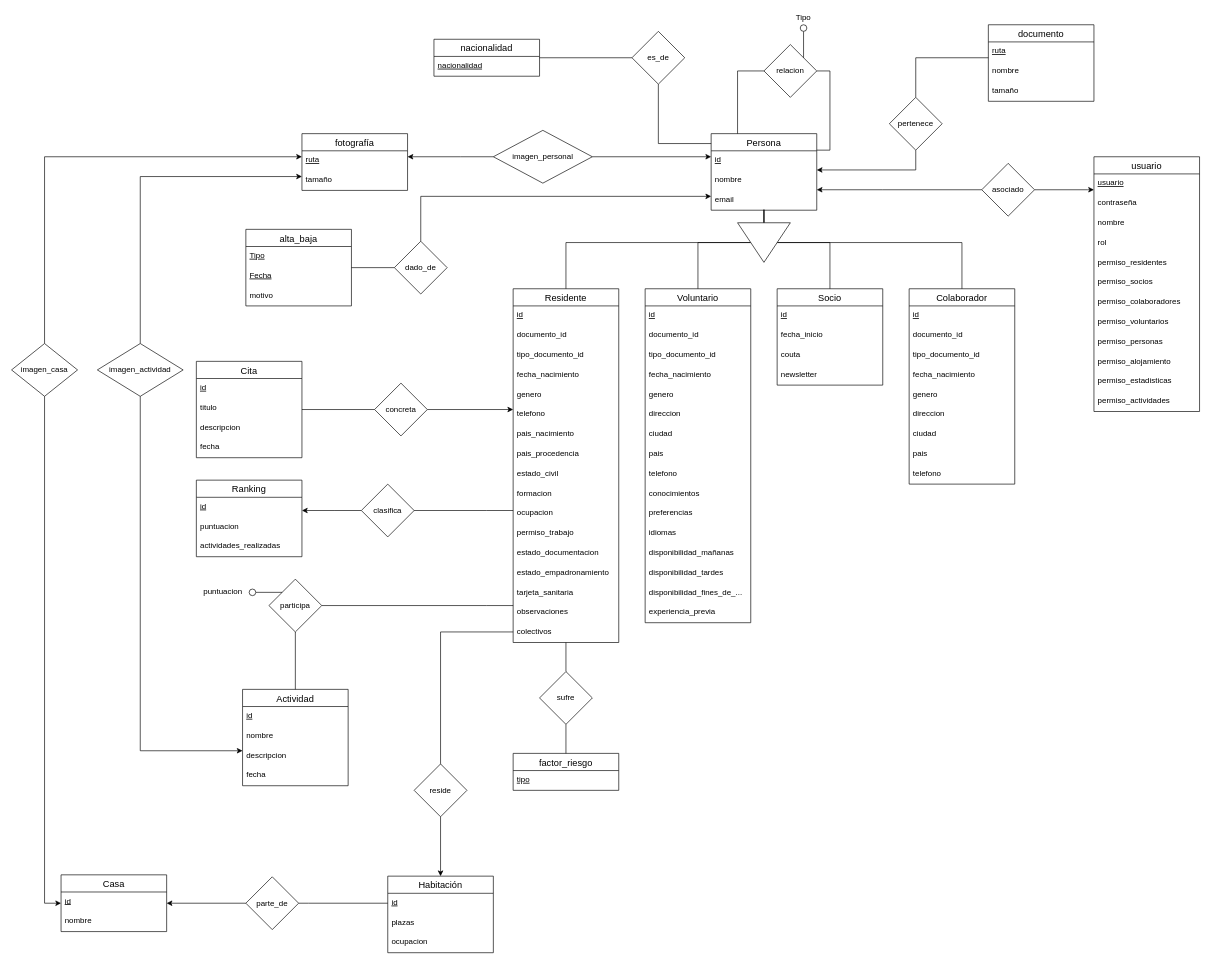
Above: diseno/base_de_datos/ER.drawio in corderop/TFG (draw.io), before the change. Source tidied: cells renumbered, new cells numbered last; positions are measured from the earlier drawing's top-left corner, leaving out a move shared by most shapes. Both pictures are drawn from the tidied source at 66%, with x=0, y=0 at pixel (11, 11).
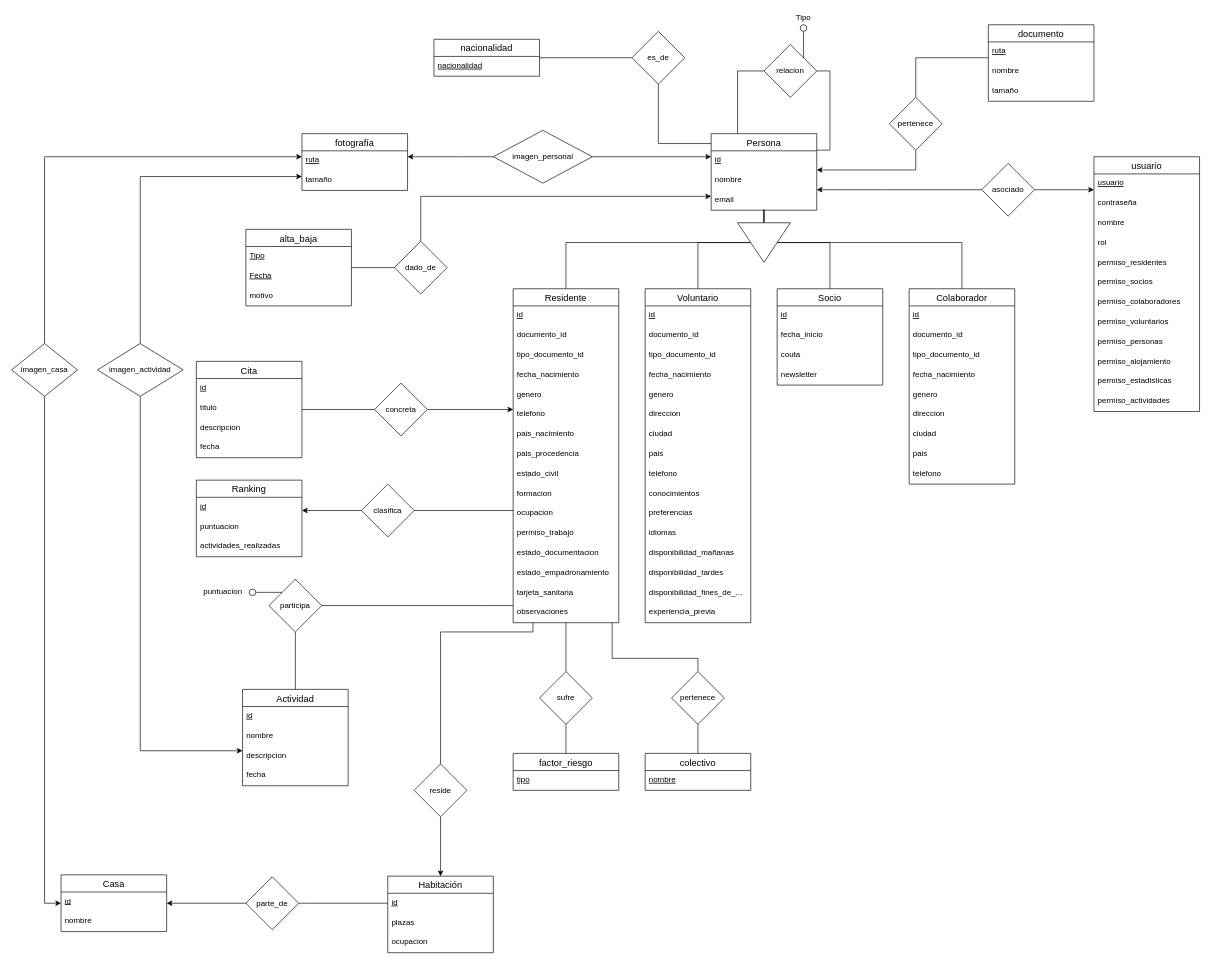
Above is the later version.

Commit message (it also covers changes not shown here):
diseno: 🐛 Colectivo de residentes como objeto

Unchanged cells that the change refers to:
```xml
<mxCell id="95" value="reside" style="rhombus;whiteSpace=wrap;html=1;" parent="1" vertex="1">
  <mxGeometry x="610" y="1140" width="80" height="80" as="geometry" />
</mxCell>
```

What changed in the source:
```diff
@@
     <mxCell id="40" value="Residente" style="swimlane;fontStyle=0;horizontal=1;startSize=26;align=center;fontSize=14;" parent="1" vertex="1">
-      <mxGeometry x="760" y="420" width="160" height="536" as="geometry" />
+      <mxGeometry x="760" y="420" width="160" height="506" as="geometry" />
     </mxCell>
@@
-    <mxCell id="57" value="colectivos" style="text;strokeColor=none;fillColor=none;spacingLeft=4;spacingRight=4;overflow=hidden;fontSize=12;" parent="40" vertex="1">
-      <mxGeometry y="506" width="160" height="30" as="geometry" />
-    </mxCell>
@@
     <mxCell id="93" style="edgeStyle=orthogonalEdgeStyle;rounded=0;jettySize=auto;html=1;endArrow=none;endFill=0;" parent="1" edge="1" source="95" target="40">
       <mxGeometry relative="1" as="geometry">
         <Array as="points">
           <mxPoint x="650" y="940" />
+          <mxPoint x="790" y="940" />
         </Array>
       </mxGeometry>
     </mxCell>
@@
+    <mxCell id="160" value="colectivo" style="swimlane;fontStyle=0;horizontal=1;startSize=26;align=center;fontSize=14;" parent="1" vertex="1">
+      <mxGeometry x="960" y="1124" width="160" height="56" as="geometry" />
+    </mxCell>
+    <mxCell id="161" value="nombre" style="text;strokeColor=none;fillColor=none;spacingLeft=4;spacingRight=4;overflow=hidden;fontSize=12;fontStyle=4;" parent="160" vertex="1">
+      <mxGeometry y="26" width="160" height="30" as="geometry" />
+    </mxCell>
+    <mxCell id="162" style="edgeStyle=orthogonalEdgeStyle;rounded=0;jettySize=auto;html=1;entryX=0.5;entryY=0;entryDx=0;entryDy=0;endArrow=none;endFill=0;" parent="1" edge="1" source="164" target="160">
+      <mxGeometry relative="1" as="geometry" />
+    </mxCell>
+    <mxCell id="163" style="edgeStyle=orthogonalEdgeStyle;rounded=0;jettySize=auto;html=1;endArrow=none;endFill=0;" parent="1" edge="1" source="164" target="40">
+      <mxGeometry relative="1" as="geometry">
+        <Array as="points">
+          <mxPoint x="1040" y="980" />
+          <mxPoint x="910" y="980" />
+        </Array>
+      </mxGeometry>
+    </mxCell>
+    <mxCell id="164" value="pertenece" style="rhombus;whiteSpace=wrap;html=1;" parent="1" vertex="1">
+      <mxGeometry x="1000" y="1000" width="80" height="80" as="geometry" />
+    </mxCell>
```
